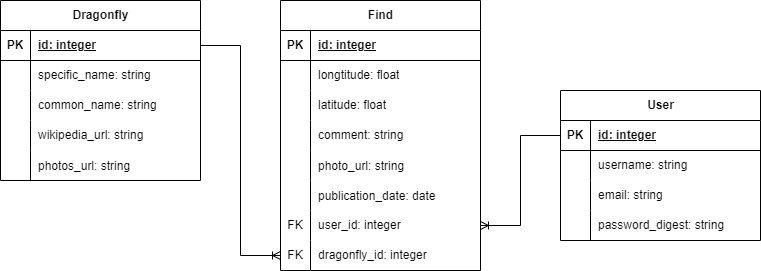
The draw.io diagram media/db_scheme.png in sueta1995/CourseWork_TRPS, before a commit. Source tidied: cells renumbered, new cells last; positions are measured from the earlier drawing's top-left corner, leaving out a move shared by most shapes.
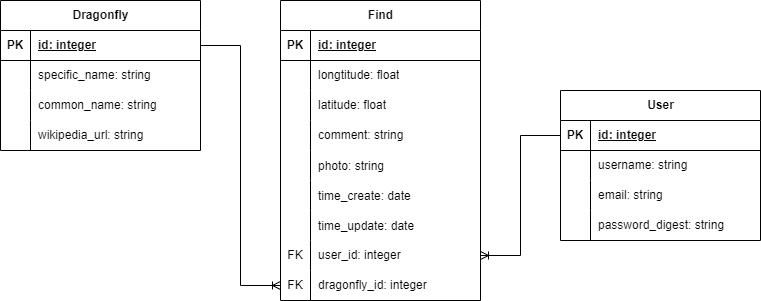
The same file after the commit.

The edit, as a diff of the source:
```diff
@@ -3,7 +3,7 @@
     <mxCell id="0" />
     <mxCell id="1" parent="0" />
     <mxCell id="2" value="Find" style="shape=table;startSize=30;rowLines=0;fontStyle=1;align=center;html=1;" parent="1" vertex="1">
-      <mxGeometry x="280" width="200" height="270" as="geometry" />
+      <mxGeometry x="280" width="200" height="300" as="geometry" />
     </mxCell>
     <mxCell id="3" style="shape=tableRow;horizontal=0;startSize=0;swimlaneHead=0;swimlaneBody=0;fillColor=none;top=0;left=0;right=0;bottom=1;" parent="2" vertex="1">
       <mxGeometry y="30" width="200" height="30" as="geometry" />
@@ -47,7 +47,7 @@
     <mxCell id="16" style="shape=partialRectangle;fillColor=none;top=0;left=0;bottom=0;right=0;overflow=hidden;" parent="15" vertex="1">
       <mxGeometry width="30" height="30" as="geometry" />
     </mxCell>
-    <mxCell id="17" value="photo_url: string" style="shape=partialRectangle;fillColor=none;top=0;left=0;bottom=0;right=0;align=left;spacingLeft=6;overflow=hidden;" parent="15" vertex="1">
+    <mxCell id="17" value="photo: string" style="shape=partialRectangle;fillColor=none;top=0;left=0;bottom=0;right=0;align=left;spacingLeft=6;overflow=hidden;" parent="15" vertex="1">
       <mxGeometry x="30" width="170" height="30" as="geometry" />
     </mxCell>
     <mxCell id="18" style="shape=tableRow;horizontal=0;startSize=0;swimlaneHead=0;swimlaneBody=0;fillColor=none;top=0;left=0;right=0;bottom=0;" parent="2" vertex="1">
@@ -56,11 +56,20 @@
     <mxCell id="19" style="shape=partialRectangle;fillColor=none;top=0;left=0;bottom=0;right=0;overflow=hidden;" parent="18" vertex="1">
       <mxGeometry width="30" height="30" as="geometry" />
     </mxCell>
-    <mxCell id="20" value="publication_date: date" style="shape=partialRectangle;fillColor=none;top=0;left=0;bottom=0;right=0;align=left;spacingLeft=6;overflow=hidden;" parent="18" vertex="1">
+    <mxCell id="20" value="time_create: date" style="shape=partialRectangle;fillColor=none;top=0;left=0;bottom=0;right=0;align=left;spacingLeft=6;overflow=hidden;" parent="18" vertex="1">
       <mxGeometry x="30" width="170" height="30" as="geometry" />
     </mxCell>
+    <mxCell id="58" style="shape=tableRow;horizontal=0;startSize=0;swimlaneHead=0;swimlaneBody=0;fillColor=none;top=0;left=0;right=0;bottom=0;" parent="2" vertex="1">
+      <mxGeometry y="210" width="200" height="30" as="geometry" />
+    </mxCell>
+    <mxCell id="54" style="shape=partialRectangle;fillColor=none;top=0;left=0;bottom=0;right=0;overflow=hidden;" parent="58" vertex="1">
+      <mxGeometry width="30" height="30" as="geometry" />
+    </mxCell>
+    <mxCell id="59" value="time_update: date" style="shape=partialRectangle;fillColor=none;top=0;left=0;bottom=0;right=0;align=left;spacingLeft=6;overflow=hidden;" parent="58" vertex="1">
+      <mxGeometry x="30" width="170" height="30" as="geometry" />
+    </mxCell>
     <mxCell id="21" style="shape=tableRow;horizontal=0;startSize=0;swimlaneHead=0;swimlaneBody=0;fillColor=none;points=[[0,0.5],[1,0.5]];portConstraint=eastwest;top=0;left=0;right=0;bottom=0;" parent="2" vertex="1">
-      <mxGeometry y="210" width="200" height="30" as="geometry" />
+      <mxGeometry y="240" width="200" height="30" as="geometry" />
     </mxCell>
     <mxCell id="22" value="FK" style="shape=partialRectangle;fillColor=none;top=0;left=0;bottom=0;right=0;fontStyle=0;overflow=hidden;whiteSpace=wrap;html=1;" parent="21" vertex="1">
       <mxGeometry width="30" height="30" as="geometry" />
@@ -69,7 +78,7 @@
       <mxGeometry x="30" width="170" height="30" as="geometry" />
     </mxCell>
     <mxCell id="24" style="shape=tableRow;horizontal=0;startSize=0;swimlaneHead=0;swimlaneBody=0;fillColor=none;points=[[0,0.5],[1,0.5]];portConstraint=eastwest;top=0;left=0;right=0;bottom=0;" parent="2" vertex="1">
-      <mxGeometry y="240" width="200" height="30" as="geometry" />
+      <mxGeometry y="270" width="200" height="30" as="geometry" />
     </mxCell>
     <mxCell id="25" value="FK" style="shape=partialRectangle;fillColor=none;top=0;left=0;bottom=0;right=0;fontStyle=0;overflow=hidden;whiteSpace=wrap;html=1;" parent="24" vertex="1">
       <mxGeometry width="30" height="30" as="geometry" />
@@ -117,7 +126,7 @@
       <mxGeometry x="30" width="170" height="30" as="geometry" />
     </mxCell>
     <mxCell id="40" value="Dragonfly" style="shape=table;startSize=30;rowLines=0;fontStyle=1;align=center;html=1;" parent="1" vertex="1">
-      <mxGeometry width="200" height="180" as="geometry" />
+      <mxGeometry width="200" height="150" as="geometry" />
     </mxCell>
     <mxCell id="41" style="shape=tableRow;horizontal=0;startSize=0;swimlaneHead=0;swimlaneBody=0;fillColor=none;points=[[0,0.5],[1,0.5]];portConstraint=eastwest;top=0;left=0;right=0;bottom=1;" parent="40" vertex="1">
       <mxGeometry y="30" width="200" height="30" as="geometry" />
@@ -155,15 +164,6 @@
     <mxCell id="52" value="wikipedia_url: string" style="shape=partialRectangle;fillColor=none;top=0;left=0;bottom=0;right=0;align=left;spacingLeft=6;overflow=hidden;whiteSpace=wrap;html=1;" parent="50" vertex="1">
       <mxGeometry x="30" width="170" height="30" as="geometry" />
     </mxCell>
-    <mxCell id="53" style="shape=tableRow;horizontal=0;startSize=0;swimlaneHead=0;swimlaneBody=0;fillColor=none;top=0;left=0;right=0;bottom=0;" parent="40" vertex="1">
-      <mxGeometry y="150" width="200" height="30" as="geometry" />
-    </mxCell>
-    <mxCell id="54" style="shape=partialRectangle;fillColor=none;top=0;left=0;bottom=0;right=0;overflow=hidden;" parent="53" vertex="1">
-      <mxGeometry width="30" height="30" as="geometry" />
-    </mxCell>
-    <mxCell id="55" value="photos_url: string" style="shape=partialRectangle;fillColor=none;top=0;left=0;bottom=0;right=0;align=left;spacingLeft=6;overflow=hidden;" parent="53" vertex="1">
-      <mxGeometry x="30" width="170" height="30" as="geometry" />
-    </mxCell>
     <mxCell id="56" style="edgeStyle=orthogonalEdgeStyle;rounded=0;jettySize=auto;html=1;exitX=1;exitY=0.5;exitDx=0;exitDy=0;entryX=0;entryY=0.5;entryDx=0;entryDy=0;endArrow=ERoneToMany;endFill=0;" parent="1" edge="1" source="41" target="24">
       <mxGeometry relative="1" as="geometry" />
     </mxCell>
```
